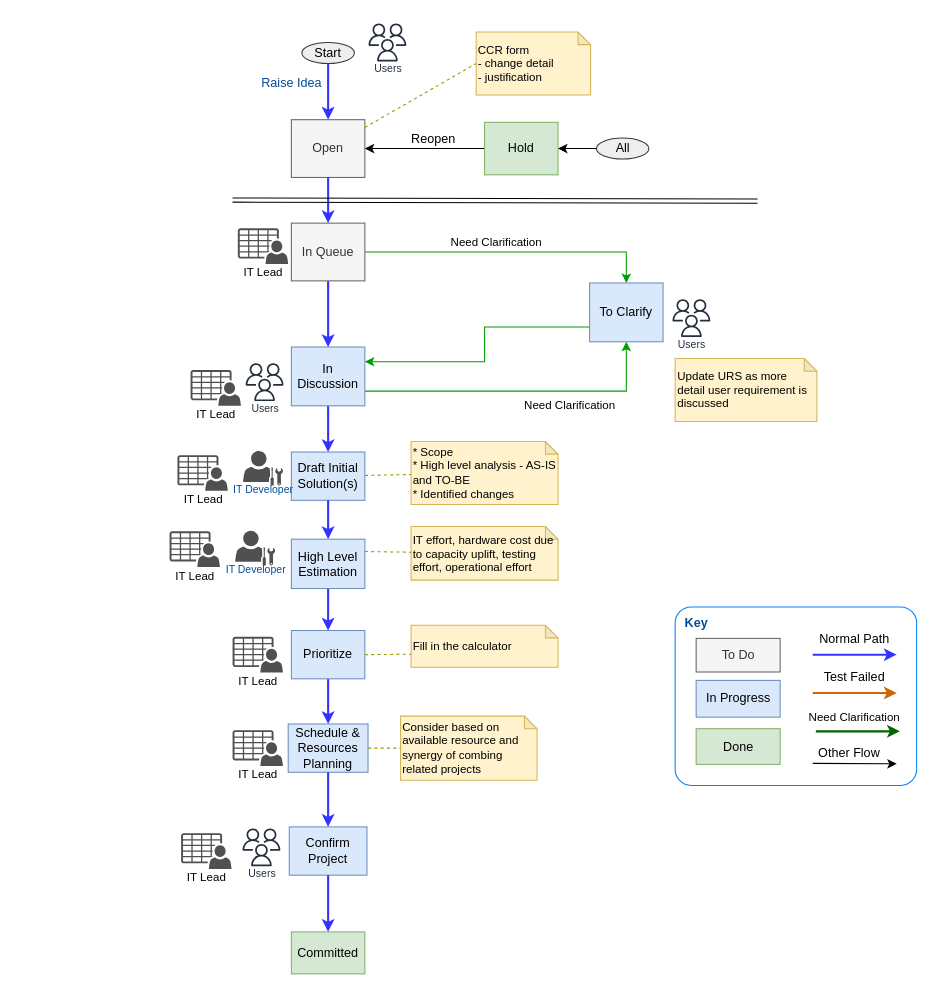
Earlier version of the draw.io diagram Change Request Workflow.drawio (whalebig27/change-request-process-diagram). Source tidied: cells renumbered, new cells numbered last; positions are measured from the earlier drawing's top-left corner, leaving out a move shared by most shapes. Both pictures are drawn from the tidied source at 105%, with x=0, y=0 at pixel (169, 19).
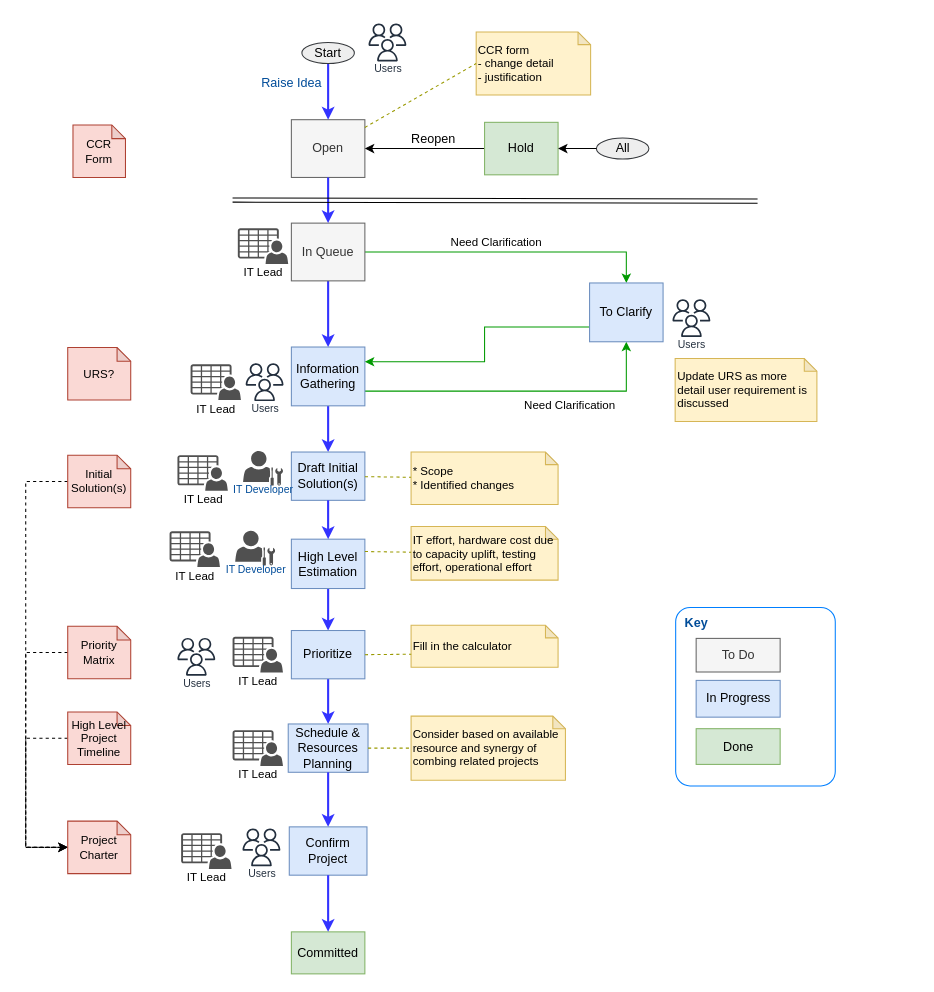
After the change.

Change to the diagram source:
```diff
@@
     <mxCell id="2" style="rounded=1;whiteSpace=wrap;html=1;strokeColor=#007FFF;fontSize=12;fontColor=#004C99;align=left;arcSize=9;" parent="1" vertex="1">
-      <mxGeometry x="481.5" y="559.5" width="230" height="170" as="geometry" />
+      <mxGeometry x="482" y="560" width="152" height="170" as="geometry" />
     </mxCell>
@@
-    <mxCell id="6" value="In Discussion" style="rounded=0;whiteSpace=wrap;html=1;strokeColor=#6c8ebf;fontSize=12;align=center;fillColor=#dae8fc;" parent="1" vertex="1">
+    <mxCell id="6" value="Information Gathering" style="rounded=0;whiteSpace=wrap;html=1;strokeColor=#6c8ebf;fontSize=12;align=center;fillColor=#dae8fc;" parent="1" vertex="1">
       <mxGeometry x="116" y="312" width="70" height="56" as="geometry" />
     </mxCell>
@@
     <mxCell id="34" value="IT Lead" style="shadow=0;dashed=0;html=1;strokeColor=none;fillColor=#505050;labelPosition=center;verticalLabelPosition=bottom;verticalAlign=top;align=center;shape=mxgraph.office.users.csv_file;spacingTop=-5;fontSize=11;" parent="1" vertex="1">
-      <mxGeometry x="20" y="334" width="48" height="34" as="geometry" />
+      <mxGeometry x="20" y="328.5" width="48" height="34" as="geometry" />
     </mxCell>
-    <mxCell id="35" style="rounded=0;orthogonalLoop=1;jettySize=auto;html=1;fontSize=14;fontColor=#004C99;strokeColor=#3333FF;strokeWidth=2;" parent="1" edge="1">
-      <mxGeometry relative="1" as="geometry">
-        <mxPoint x="612.5" y="605" as="sourcePoint" />
-        <mxPoint x="692.5" y="605" as="targetPoint" />
-      </mxGeometry>
-    </mxCell>
-    <mxCell id="36" value="&lt;font style=&quot;font-size: 12px&quot;&gt;Normal Path&lt;/font&gt;" style="text;html=1;align=center;verticalAlign=middle;labelBackgroundColor=#ffffff;fontSize=11;fontColor=#000000;" parent="35" vertex="1">
-      <mxGeometry x="-0.33" y="1" relative="1" as="geometry">
-        <mxPoint x="12" y="-14.5" as="offset" />
-      </mxGeometry>
-    </mxCell>
-    <mxCell id="37" style="rounded=0;orthogonalLoop=1;jettySize=auto;html=1;fontSize=14;fontColor=#004C99;strokeColor=#CC6600;strokeWidth=2;" parent="1" edge="1">
-      <mxGeometry relative="1" as="geometry">
-        <mxPoint x="612.5" y="641.5" as="sourcePoint" />
-        <mxPoint x="692.5" y="641.5" as="targetPoint" />
-      </mxGeometry>
-    </mxCell>
-    <mxCell id="38" value="&lt;font style=&quot;font-size: 12px&quot;&gt;Test Failed&lt;br&gt;&lt;/font&gt;" style="text;html=1;align=center;verticalAlign=middle;labelBackgroundColor=#ffffff;fontSize=11;fontColor=#000000;" parent="37" vertex="1">
-      <mxGeometry x="-0.33" y="1" relative="1" as="geometry">
-        <mxPoint x="12" y="-14.5" as="offset" />
-      </mxGeometry>
-    </mxCell>
-    <mxCell id="39" style="rounded=0;orthogonalLoop=1;jettySize=auto;html=1;fontSize=14;fontColor=#004C99;strokeColor=#006600;strokeWidth=2;" parent="1" edge="1">
-      <mxGeometry relative="1" as="geometry">
-        <mxPoint x="615.5" y="678" as="sourcePoint" />
-        <mxPoint x="695.5" y="678" as="targetPoint" />
-      </mxGeometry>
-    </mxCell>
-    <mxCell id="40" value="Need Clarification" style="text;html=1;align=center;verticalAlign=middle;labelBackgroundColor=#ffffff;fontSize=11;fontColor=#000000;" parent="39" vertex="1">
-      <mxGeometry x="-0.33" y="1" relative="1" as="geometry">
-        <mxPoint x="9" y="-12.5" as="offset" />
-      </mxGeometry>
-    </mxCell>
-    <mxCell id="41" style="rounded=0;orthogonalLoop=1;jettySize=auto;html=1;" parent="1" edge="1">
-      <mxGeometry relative="1" as="geometry">
-        <mxPoint x="612.5" y="708.5" as="sourcePoint" />
-        <mxPoint x="692.5" y="709" as="targetPoint" />
-      </mxGeometry>
-    </mxCell>
-    <mxCell id="42" value="Other Flow" style="text;html=1;align=center;verticalAlign=middle;labelBackgroundColor=#ffffff;fontSize=12;fontColor=#000000;" parent="41" vertex="1">
-      <mxGeometry x="-0.07" y="-2" relative="1" as="geometry">
-        <mxPoint x="-3" y="-12" as="offset" />
-      </mxGeometry>
-    </mxCell>
-    <mxCell id="43" value="* Scope&lt;br&gt;* High level analysis - AS-IS and TO-BE&lt;br&gt;* Identified changes" style="shape=note;whiteSpace=wrap;html=1;backgroundOutline=1;darkOpacity=0.05;strokeColor=#d6b656;fontSize=11;align=left;size=12;fillColor=#fff2cc;" parent="1" vertex="1">
-      <mxGeometry x="230" y="402" width="140" height="60" as="geometry" />
+    <mxCell id="43" value="* Scope&lt;br&gt;* Identified changes" style="shape=note;whiteSpace=wrap;html=1;backgroundOutline=1;darkOpacity=0.05;strokeColor=#d6b656;fontSize=11;align=left;size=12;fillColor=#fff2cc;" parent="1" vertex="1">
+      <mxGeometry x="230" y="412" width="140" height="50" as="geometry" />
     </mxCell>
@@
     <mxCell id="60" value="Consider based on available resource and synergy of combing related projects" style="shape=note;whiteSpace=wrap;html=1;backgroundOutline=1;darkOpacity=0.05;strokeColor=#d6b656;fontSize=11;align=left;size=12;fillColor=#fff2cc;" parent="1" vertex="1">
-      <mxGeometry x="220" y="663.5" width="130" height="61" as="geometry" />
+      <mxGeometry x="230" y="663.5" width="147" height="61" as="geometry" />
     </mxCell>
@@
+    <mxCell id="71" style="edgeStyle=orthogonalEdgeStyle;rounded=0;jettySize=auto;html=1;entryX=0;entryY=0.5;entryDx=0;entryDy=0;entryPerimeter=0;dashed=1;fontSize=11;exitX=0;exitY=0.5;exitDx=0;exitDy=0;exitPerimeter=0;" parent="1" edge="1" source="72" target="79">
+      <mxGeometry relative="1" as="geometry">
+        <Array as="points">
+          <mxPoint x="-137" y="603" />
+          <mxPoint x="-137" y="789" />
+        </Array>
+      </mxGeometry>
+    </mxCell>
+    <mxCell id="72" value="Priority Matrix" style="shape=note;whiteSpace=wrap;html=1;backgroundOutline=1;darkOpacity=0.05;size=13;fillColor=#fad9d5;strokeColor=#ae4132;fontSize=11;" parent="1" vertex="1">
+      <mxGeometry x="-97" y="578" width="60" height="50" as="geometry" />
+    </mxCell>
+    <mxCell id="73" value="CCR Form" style="shape=note;whiteSpace=wrap;html=1;backgroundOutline=1;darkOpacity=0.05;size=13;fillColor=#fad9d5;strokeColor=#ae4132;fontSize=11;" parent="1" vertex="1">
+      <mxGeometry x="-92" y="100.5" width="50" height="50" as="geometry" />
+    </mxCell>
+    <mxCell id="74" style="edgeStyle=orthogonalEdgeStyle;rounded=0;jettySize=auto;html=1;entryX=0;entryY=0.5;entryDx=0;entryDy=0;entryPerimeter=0;fontSize=11;exitX=0;exitY=0.5;exitDx=0;exitDy=0;exitPerimeter=0;dashed=1;" parent="1" edge="1" source="75" target="79">
+      <mxGeometry relative="1" as="geometry">
+        <Array as="points">
+          <mxPoint x="-137" y="440" />
+          <mxPoint x="-137" y="789" />
+        </Array>
+      </mxGeometry>
+    </mxCell>
+    <mxCell id="75" value="Initial Solution(s)" style="shape=note;whiteSpace=wrap;html=1;backgroundOutline=1;darkOpacity=0.05;size=13;fillColor=#fad9d5;strokeColor=#ae4132;fontSize=11;" parent="1" vertex="1">
+      <mxGeometry x="-97" y="415" width="60" height="50" as="geometry" />
+    </mxCell>
+    <mxCell id="76" value="URS?" style="shape=note;whiteSpace=wrap;html=1;backgroundOutline=1;darkOpacity=0.05;size=13;fillColor=#fad9d5;strokeColor=#ae4132;fontSize=11;" parent="1" vertex="1">
+      <mxGeometry x="-97" y="312.5" width="60" height="50" as="geometry" />
+    </mxCell>
+    <mxCell id="77" style="edgeStyle=orthogonalEdgeStyle;rounded=0;jettySize=auto;html=1;entryX=0;entryY=0.5;entryDx=0;entryDy=0;entryPerimeter=0;dashed=1;fontSize=11;exitX=0;exitY=0.5;exitDx=0;exitDy=0;exitPerimeter=0;" parent="1" edge="1" source="78" target="79">
+      <mxGeometry relative="1" as="geometry">
+        <Array as="points">
+          <mxPoint x="-137" y="685" />
+          <mxPoint x="-137" y="789" />
+        </Array>
+      </mxGeometry>
+    </mxCell>
+    <mxCell id="78" value="High Level Project Timeline" style="shape=note;whiteSpace=wrap;html=1;backgroundOutline=1;darkOpacity=0.05;size=13;fillColor=#fad9d5;strokeColor=#ae4132;fontSize=11;" parent="1" vertex="1">
+      <mxGeometry x="-97" y="659.5" width="60" height="50" as="geometry" />
+    </mxCell>
+    <mxCell id="79" value="Project Charter" style="shape=note;whiteSpace=wrap;html=1;backgroundOutline=1;darkOpacity=0.05;size=13;fillColor=#fad9d5;strokeColor=#ae4132;fontSize=11;" parent="1" vertex="1">
+      <mxGeometry x="-97" y="763.5" width="60" height="50" as="geometry" />
+    </mxCell>
+    <mxCell id="80" value="Users" style="fontColor=#232F3E;gradientColor=none;strokeColor=#232F3E;fillColor=#ffffff;dashed=0;verticalLabelPosition=bottom;verticalAlign=top;align=center;html=1;fontSize=10;fontStyle=0;shape=mxgraph.aws4.resourceIcon;resIcon=mxgraph.aws4.users;spacingTop=-10;" parent="1" vertex="1">
+      <mxGeometry x="3" y="584.5" width="45" height="45" as="geometry" />
+    </mxCell>
```
